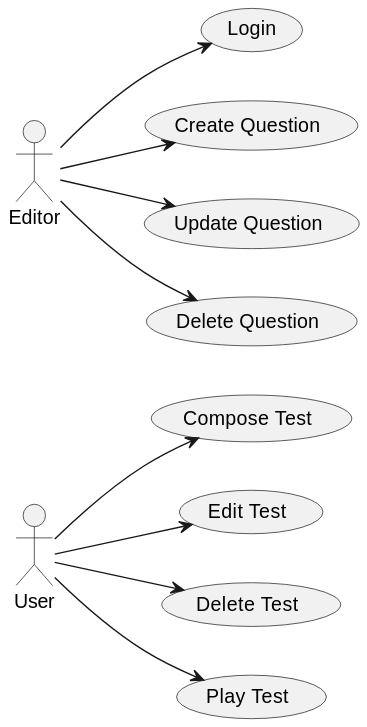
Earlier version of the PlantUML export out/doc/useCases_app/useCases_app.svg (Joselon/ProyectoOpoTest).
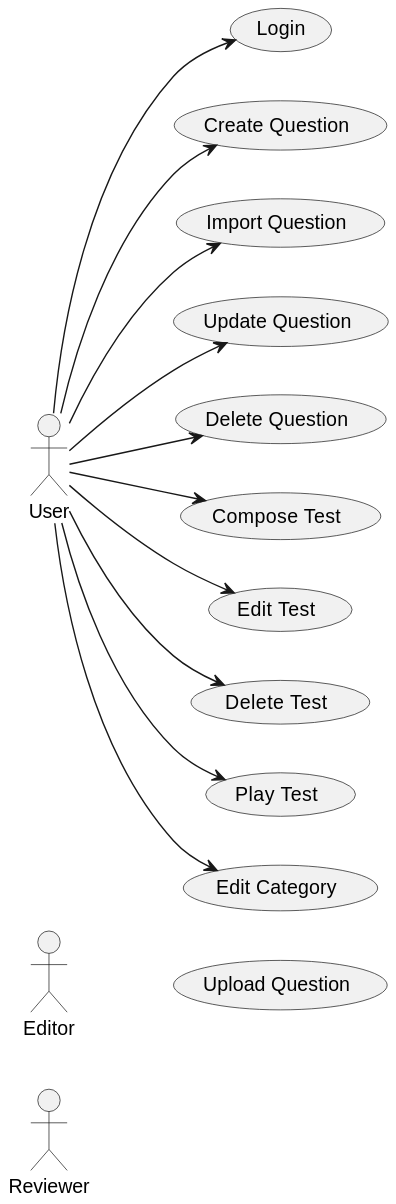
Later version of the same file.

Change to the diagram source:
```diff
@@ -2,8 +2,10 @@
 left to right direction
 actor User as u
 actor Editor as e
+actor Reviewer as r
 usecase "Login" as login
 usecase "Create Question" as createQ
+usecase "Import Question" as importQ
 usecase "Update Question" as updateQ
 usecase "Delete Question" as deleteQ
 
@@ -12,16 +14,22 @@
 usecase "Delete Test" as deleteT
 usecase "Play Test" as playT
 
-e --> login
-e --> createQ
-e --> updateQ
-e --> deleteQ
+usecase "Edit Category" as editC
+usecase "Upload Question" as uploadQ
 
+
+u --> createQ
+u --> importQ
+u --> updateQ
+u --> deleteQ
+
+u --> login
 u --> composeT
 u --> editT
 u --> deleteT
 u --> playT
 
+u --> editC
 
 
 
```
